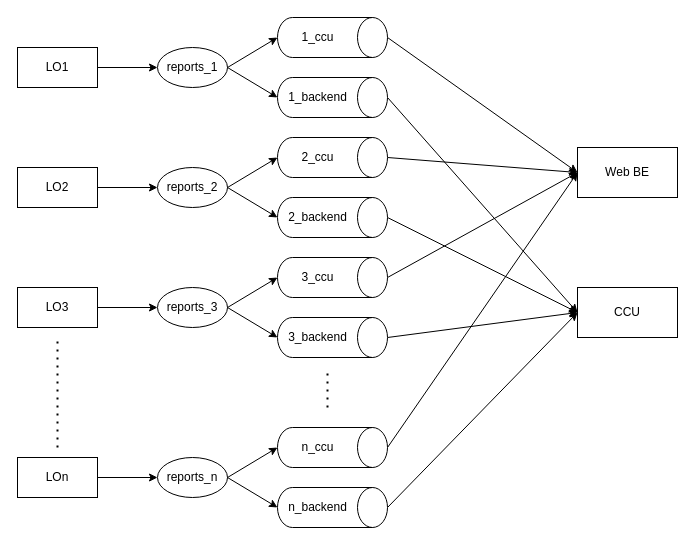
Above: doc/diagrams/src/lo_as_producer.drawio in AUT-Hard-Ski-Paradise/.github (draw.io), before the change. Source tidied: cells renumbered, new cells numbered last; positions are measured from the earlier drawing's top-left corner, leaving out a move shared by most shapes. Both pictures are drawn from the tidied source at 100%, with x=0, y=0 at pixel (17, -18).
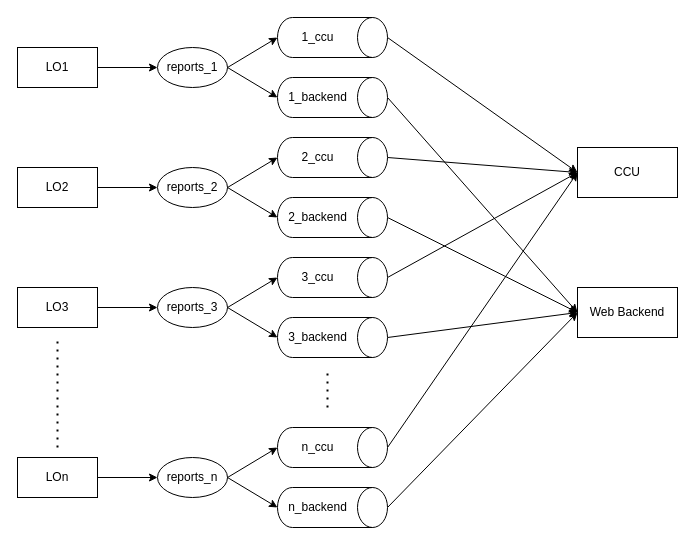
After the change.

Commit message (it also covers changes not shown here):
Lo as producer correction

Change to the diagram source:
```diff
@@
-    <mxCell id="32" value="CCU" style="rounded=0;whiteSpace=wrap;html=1;" parent="1" vertex="1">
+    <mxCell id="32" value="Web Backend" style="rounded=0;whiteSpace=wrap;html=1;" parent="1" vertex="1">
       <mxGeometry x="560" y="305" width="100" height="50" as="geometry" />
     </mxCell>
-    <mxCell id="33" value="Web BE" style="rounded=0;whiteSpace=wrap;html=1;" parent="1" vertex="1">
+    <mxCell id="33" value="CCU" style="rounded=0;whiteSpace=wrap;html=1;" parent="1" vertex="1">
       <mxGeometry x="560" y="165" width="100" height="50" as="geometry" />
     </mxCell>
```
